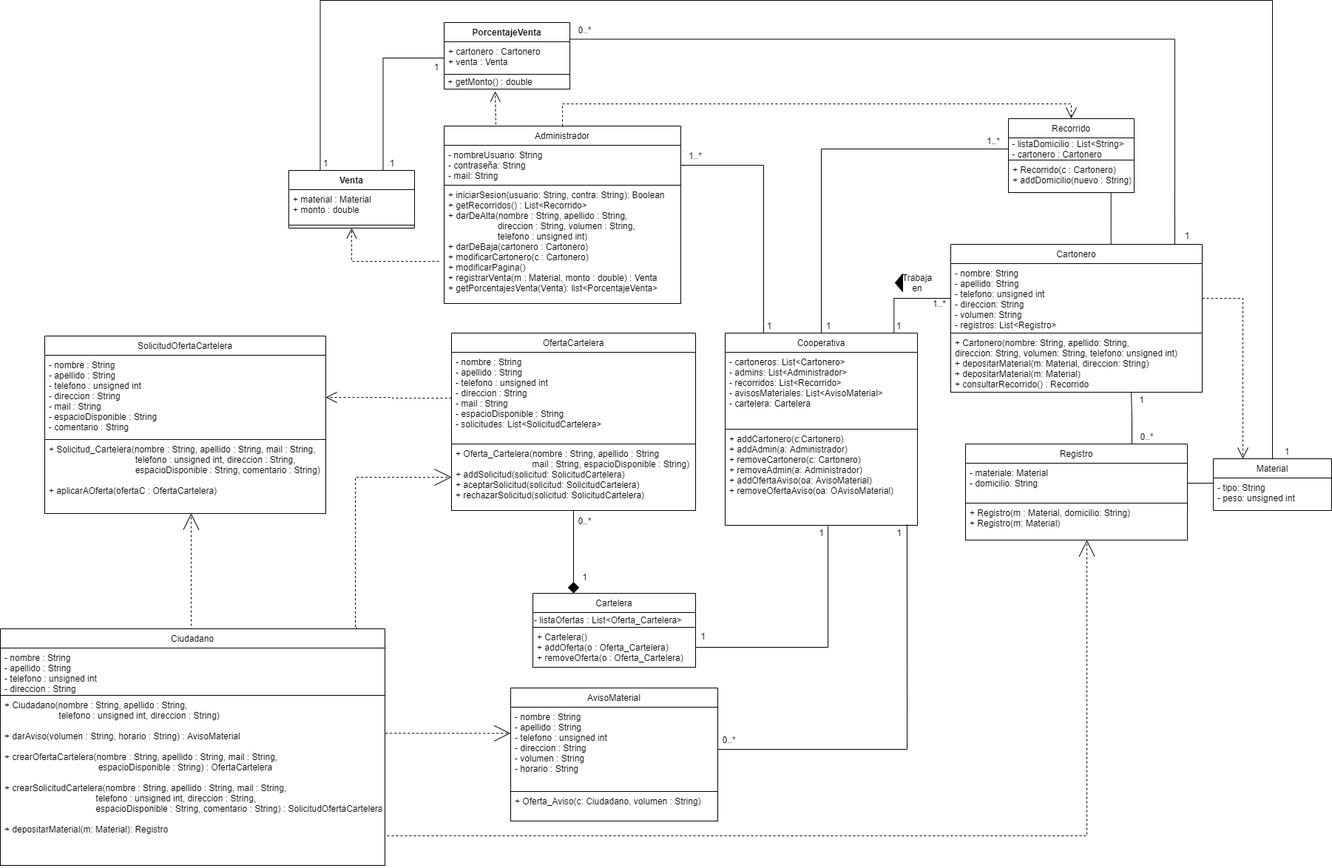
Before: Diagrama de Clases.png, a diagram exported from draw.io (mlogghe/tpe-metodologia-grupo11). Source tidied: cells renumbered, new cells last; positions are measured from the earlier drawing's top-left corner, leaving out a move shared by most shapes.
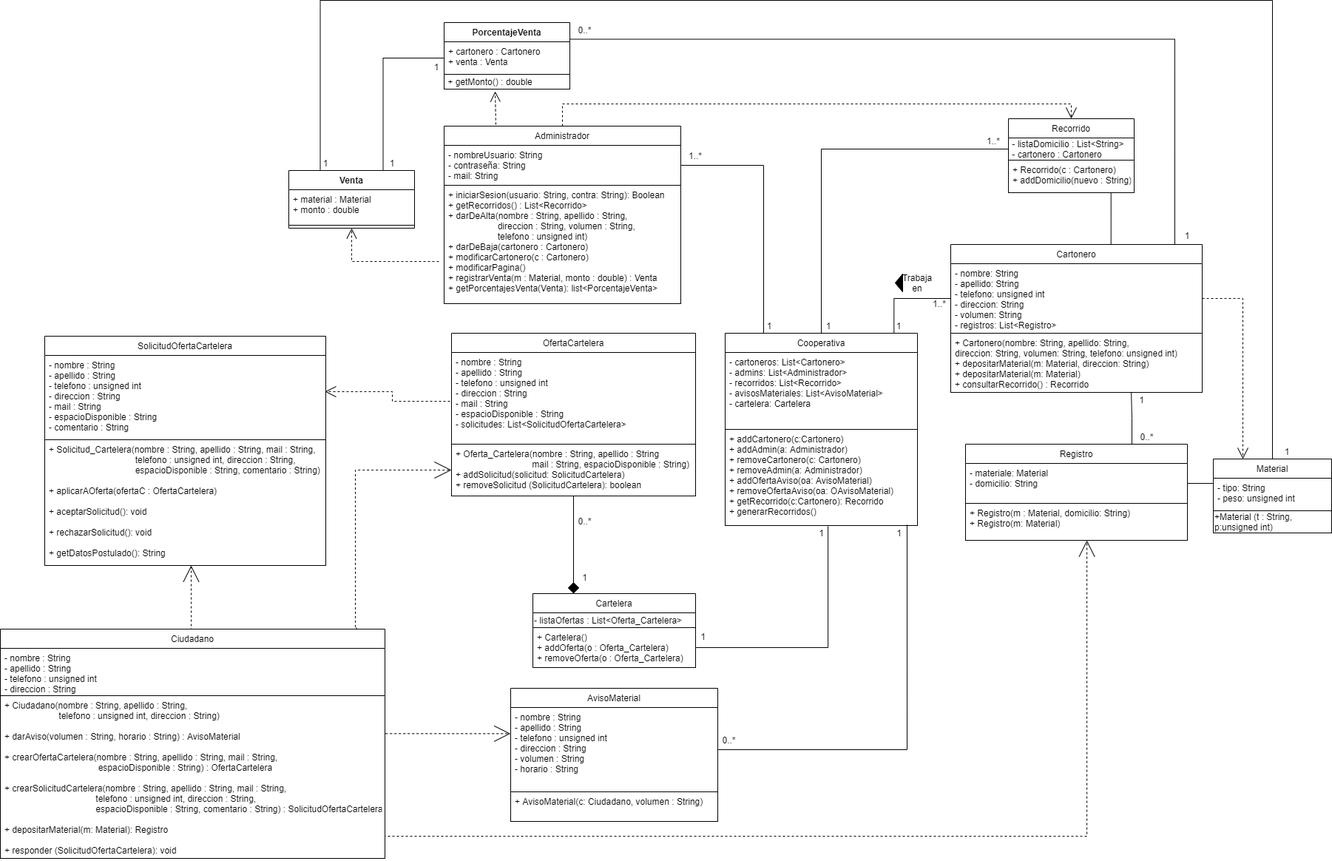
The same diagram one commit later.

Commit message:
Modificados metodos de solicitud, agregados otro metodos

The edit, as a diff of the source:
```diff
@@ -25,13 +25,13 @@
       </mxGeometry>
     </mxCell>
     <mxCell id="5" value="Ciudadano" style="swimlane;fontStyle=0;horizontal=1;startSize=26;fillColor=none;" parent="1" vertex="1">
-      <mxGeometry y="850" width="520" height="320" as="geometry" />
+      <mxGeometry y="850" width="520" height="310" as="geometry" />
     </mxCell>
     <mxCell id="6" value="- nombre : String&#10;- apellido : String&#10;- telefono : unsigned int&#10;- direccion : String" style="text;strokeColor=none;fillColor=none;align=left;verticalAlign=top;spacingLeft=4;spacingRight=4;overflow=hidden;points=[[0,0.5],[1,0.5]];portConstraint=eastwest;" parent="5" vertex="1">
       <mxGeometry y="26" width="520" height="64" as="geometry" />
     </mxCell>
-    <mxCell id="7" value="+ Ciudadano(nombre : String, apellido : String,&#10;                      telefono : unsigned int, direccion : String)&#10;&#10;+ darAviso(volumen : String, horario : String) : AvisoMaterial&#10;&#10;+ crearOfertaCartelera(nombre : String, apellido : String, mail : String,&#10;                                      espacioDisponible : String) : OfertaCartelera&#10;&#10;+ crearSolicitudCartelera(nombre : String, apellido : String, mail : String, &#10;                                     telefono : unsigned int, direccion : String,&#10;                                     espacioDisponible : String, comentario : String) : SolicitudOfertaCartelera&#10;&#10;+ depositarMaterial(m: Material): Registro" style="text;fillColor=none;align=left;verticalAlign=top;spacingLeft=4;spacingRight=4;overflow=hidden;points=[[0,0.5],[1,0.5]];portConstraint=eastwest;rounded=0;startSize=26;strokeColor=#000000;" parent="5" vertex="1">
-      <mxGeometry y="90" width="520" height="230" as="geometry" />
+    <mxCell id="7" value="+ Ciudadano(nombre : String, apellido : String,&#10;                      telefono : unsigned int, direccion : String)&#10;&#10;+ darAviso(volumen : String, horario : String) : AvisoMaterial&#10;&#10;+ crearOfertaCartelera(nombre : String, apellido : String, mail : String,&#10;                                      espacioDisponible : String) : OfertaCartelera&#10;&#10;+ crearSolicitudCartelera(nombre : String, apellido : String, mail : String, &#10;                                     telefono : unsigned int, direccion : String,&#10;                                     espacioDisponible : String, comentario : String) : SolicitudOfertaCartelera&#10;&#10;+ depositarMaterial(m: Material): Registro&#10;&#10;+ responder (SolicitudOfertaCartelera): void" style="text;fillColor=none;align=left;verticalAlign=top;spacingLeft=4;spacingRight=4;overflow=hidden;points=[[0,0.5],[1,0.5]];portConstraint=eastwest;rounded=0;startSize=26;strokeColor=#000000;" parent="5" vertex="1">
+      <mxGeometry y="90" width="520" height="220" as="geometry" />
     </mxCell>
     <mxCell id="8" style="edgeStyle=orthogonalEdgeStyle;rounded=0;jettySize=auto;html=1;exitX=0.75;exitY=0;exitDx=0;exitDy=0;entryX=0.816;entryY=1.003;entryDx=0;entryDy=0;entryPerimeter=0;startArrow=none;startFill=0;endArrow=none;endFill=0;startSize=20;endSize=20;" parent="1" edge="1" source="9" target="34">
       <mxGeometry relative="1" as="geometry">
@@ -75,17 +75,23 @@
     <mxCell id="18" value="- tipo: String&#10;- peso: unsigned int" style="text;strokeColor=none;fillColor=none;align=left;verticalAlign=top;spacingLeft=4;spacingRight=4;overflow=hidden;points=[[0,0.5],[1,0.5]];portConstraint=eastwest;" parent="17" vertex="1">
       <mxGeometry y="26" width="160" height="44" as="geometry" />
     </mxCell>
-    <mxCell id="19" style="edgeStyle=orthogonalEdgeStyle;rounded=0;jettySize=auto;html=1;exitX=0;exitY=0.5;exitDx=0;exitDy=0;entryX=1;entryY=0.5;entryDx=0;entryDy=0;dashed=1;startArrow=none;startFill=0;endArrow=open;endFill=0;startSize=11;endSize=13;" parent="1" edge="1" source="21" target="40">
-      <mxGeometry relative="1" as="geometry" />
+    <mxCell id="19" style="edgeStyle=orthogonalEdgeStyle;rounded=0;jettySize=auto;html=1;exitX=0;exitY=0.5;exitDx=0;exitDy=0;dashed=1;startArrow=none;startFill=0;endArrow=open;endFill=0;startSize=11;endSize=13;entryX=0.997;entryY=0.43;entryDx=0;entryDy=0;entryPerimeter=0;" parent="1" edge="1" source="21" target="40">
+      <mxGeometry relative="1" as="geometry">
+        <Array as="points">
+          <mxPoint x="610" y="542" />
+          <mxPoint x="530" y="542" />
+          <mxPoint x="530" y="529" />
+        </Array>
+      </mxGeometry>
     </mxCell>
     <mxCell id="20" value="OfertaCartelera" style="swimlane;fontStyle=0;horizontal=1;startSize=26;fillColor=none;" parent="1" vertex="1">
-      <mxGeometry x="610" y="450" width="330" height="240" as="geometry" />
+      <mxGeometry x="610" y="450" width="330" height="220" as="geometry" />
     </mxCell>
-    <mxCell id="21" value="- nombre : String&#10;- apellido : String&#10;- telefono : unsigned int&#10;- direccion : String&#10;- mail : String&#10;- espacioDisponible : String&#10;- solicitudes: List&lt;SolicitudCartelera&gt;" style="text;strokeColor=none;fillColor=none;align=left;verticalAlign=top;spacingLeft=4;spacingRight=4;overflow=hidden;points=[[0,0.5],[1,0.5]];portConstraint=eastwest;" parent="20" vertex="1">
+    <mxCell id="21" value="- nombre : String&#10;- apellido : String&#10;- telefono : unsigned int&#10;- direccion : String&#10;- mail : String&#10;- espacioDisponible : String&#10;- solicitudes: List&lt;SolicitudOfertaCartelera&gt;" style="text;strokeColor=none;fillColor=none;align=left;verticalAlign=top;spacingLeft=4;spacingRight=4;overflow=hidden;points=[[0,0.5],[1,0.5]];portConstraint=eastwest;" parent="20" vertex="1">
       <mxGeometry y="26" width="330" height="124" as="geometry" />
     </mxCell>
-    <mxCell id="22" value="+ Oferta_Cartelera(nombre : String, apellido : String&#10;                               mail : String, espacioDisponible : String)&#10;+ addSolicitud(solicitud: SolicitudCartelera)&#10;+ aceptarSolicitud(solicitud: SolicitudCartelera)&#10;+ rechazarSolicitud(solicitud: SolicitudCartelera)" style="text;fillColor=none;align=left;verticalAlign=top;spacingLeft=4;spacingRight=4;overflow=hidden;points=[[0,0.5],[1,0.5]];portConstraint=eastwest;strokeColor=#000000;" parent="20" vertex="1">
-      <mxGeometry y="150" width="330" height="90" as="geometry" />
+    <mxCell id="22" value="+ Oferta_Cartelera(nombre : String, apellido : String&#10;                               mail : String, espacioDisponible : String)&#10;+ addSolicitud(solicitud: SolicitudCartelera)&#10;+ removeSolicitud (SolicitudCartelera): boolean" style="text;fillColor=none;align=left;verticalAlign=top;spacingLeft=4;spacingRight=4;overflow=hidden;points=[[0,0.5],[1,0.5]];portConstraint=eastwest;strokeColor=#000000;" parent="20" vertex="1">
+      <mxGeometry y="150" width="330" height="70" as="geometry" />
     </mxCell>
     <mxCell id="23" style="edgeStyle=orthogonalEdgeStyle;rounded=0;jettySize=auto;html=1;exitX=1;exitY=0.5;exitDx=0;exitDy=0;entryX=0.535;entryY=1.008;entryDx=0;entryDy=0;entryPerimeter=0;endArrow=none;endFill=0;startSize=26;" parent="1" edge="1" source="26" target="45">
       <mxGeometry relative="1" as="geometry" />
@@ -136,17 +142,17 @@
     <mxCell id="37" value="- nombre : String&#10;- apellido : String&#10;- telefono : unsigned int&#10;- direccion : String&#10;- volumen : String&#10;- horario : String" style="text;strokeColor=none;fillColor=none;align=left;verticalAlign=top;spacingLeft=4;spacingRight=4;overflow=hidden;points=[[0,0.5],[1,0.5]];portConstraint=eastwest;" parent="36" vertex="1">
       <mxGeometry y="26" width="280" height="114" as="geometry" />
     </mxCell>
-    <mxCell id="38" value="+ Oferta_Aviso(c: Ciudadano, volumen : String)&#10;" style="text;fillColor=none;align=left;verticalAlign=top;spacingLeft=4;spacingRight=4;overflow=hidden;strokeColor=#000000;" parent="36" vertex="1">
+    <mxCell id="38" value="+ AvisoMaterial(c: Ciudadano, volumen : String)&#10;" style="text;fillColor=none;align=left;verticalAlign=top;spacingLeft=4;spacingRight=4;overflow=hidden;strokeColor=#000000;" parent="36" vertex="1">
       <mxGeometry y="140" width="280" height="40" as="geometry" />
     </mxCell>
     <mxCell id="39" value="SolicitudOfertaCartelera" style="swimlane;fontStyle=0;horizontal=1;startSize=26;fillColor=none;" parent="1" vertex="1">
-      <mxGeometry x="60" y="454" width="380" height="240" as="geometry" />
+      <mxGeometry x="60" y="454" width="380" height="310" as="geometry" />
     </mxCell>
     <mxCell id="40" value="- nombre : String&#10;- apellido : String&#10;- telefono : unsigned int&#10;- direccion : String&#10;- mail : String&#10;- espacioDisponible : String&#10;- comentario : String" style="text;strokeColor=none;fillColor=none;align=left;verticalAlign=top;spacingLeft=4;spacingRight=4;overflow=hidden;points=[[0,0.5],[1,0.5]];portConstraint=eastwest;" parent="39" vertex="1">
       <mxGeometry y="26" width="380" height="114" as="geometry" />
     </mxCell>
-    <mxCell id="41" value="+ Solicitud_Cartelera(nombre : String, apellido : String, mail : String,&#10;                                   telefono : unsigned int, direccion : String, &#10;                                   espacioDisponible : String, comentario : String)&#10;&#10;+ aplicarAOferta(ofertaC : OfertaCartelera)" style="text;fillColor=none;align=left;verticalAlign=top;spacingLeft=4;spacingRight=4;overflow=hidden;points=[[0,0.5],[1,0.5]];portConstraint=eastwest;strokeColor=#000000;" parent="39" vertex="1">
-      <mxGeometry y="140" width="380" height="100" as="geometry" />
+    <mxCell id="41" value="+ Solicitud_Cartelera(nombre : String, apellido : String, mail : String,&#10;                                   telefono : unsigned int, direccion : String, &#10;                                   espacioDisponible : String, comentario : String)&#10;&#10;+ aplicarAOferta(ofertaC : OfertaCartelera)&#10;&#10;+ aceptarSolicitud(): void&#10;&#10;+ rechazarSolicitud(): void&#10;&#10;+ getDatosPostulado(): String&#10;&#10;" style="text;fillColor=none;align=left;verticalAlign=top;spacingLeft=4;spacingRight=4;overflow=hidden;points=[[0,0.5],[1,0.5]];portConstraint=eastwest;strokeColor=#000000;" parent="39" vertex="1">
+      <mxGeometry y="140" width="380" height="170" as="geometry" />
     </mxCell>
     <mxCell id="42" style="edgeStyle=orthogonalEdgeStyle;rounded=0;jettySize=auto;html=1;endArrow=none;endFill=0;startSize=26;exitX=0.878;exitY=-0.001;exitDx=0;exitDy=0;exitPerimeter=0;entryX=0;entryY=0.5;entryDx=0;entryDy=0;" parent="1" edge="1" source="43" target="10">
       <mxGeometry relative="1" as="geometry" />
@@ -157,7 +163,7 @@
     <mxCell id="44" value="- cartoneros: List&lt;Cartonero&gt;&#10;- admins: List&lt;Administrador&gt;&#10;- recorridos: List&lt;Recorrido&gt;&#10;- avisosMateriales: List&lt;AvisoMaterial&gt;&#10;- cartelera: Cartelera" style="text;strokeColor=none;fillColor=none;align=left;verticalAlign=top;spacingLeft=4;spacingRight=4;overflow=hidden;" parent="43" vertex="1">
       <mxGeometry y="26" width="260" height="104" as="geometry" />
     </mxCell>
-    <mxCell id="45" value="+ addCartonero(c:Cartonero)&#10;+ addAdmin(a: Administrador)&#10;+ removeCartonero(c: Cartonero)&#10;+ removeAdmin(a: Administrador)&#10;+ addOfertaAviso(oa: AvisoMaterial)&#10;+ removeOfertaAviso(oa: OAvisoMaterial)" style="text;align=left;verticalAlign=top;spacingLeft=4;spacingRight=4;overflow=hidden;points=[[0,0.5],[1,0.5]];portConstraint=eastwest;rounded=0;strokeColor=#000000;" parent="43" vertex="1">
+    <mxCell id="45" value="+ addCartonero(c:Cartonero)&#10;+ addAdmin(a: Administrador)&#10;+ removeCartonero(c: Cartonero)&#10;+ removeAdmin(a: Administrador)&#10;+ addOfertaAviso(oa: AvisoMaterial)&#10;+ removeOfertaAviso(oa: OAvisoMaterial)&#10;+ getRecorrido(c:Cartonero): Recorrido&#10;+ generarRecorridos()" style="text;align=left;verticalAlign=top;spacingLeft=4;spacingRight=4;overflow=hidden;points=[[0,0.5],[1,0.5]];portConstraint=eastwest;rounded=0;strokeColor=#000000;" parent="43" vertex="1">
       <mxGeometry y="130" width="260" height="130" as="geometry" />
     </mxCell>
     <mxCell id="46" style="endArrow=diamond;html=1;entryX=0.25;entryY=0;entryDx=0;entryDy=0;endFill=1;startArrow=none;startFill=0;startSize=11;endSize=13;" parent="1" edge="1" source="22" target="24">
@@ -291,5 +297,8 @@
     <mxCell id="82" value="1..*" style="text;html=1;strokeColor=none;fillColor=none;align=center;verticalAlign=middle;whiteSpace=wrap;rounded=0;" parent="1" vertex="1">
       <mxGeometry x="1323" y="180" width="40" height="20" as="geometry" />
     </mxCell>
+    <mxCell id="83" value="+Material (t : String, p:unsigned int)&amp;nbsp;" style="rounded=0;whiteSpace=wrap;html=1;align=left;" parent="1" vertex="1">
+      <mxGeometry x="1640" y="690" width="160" height="30" as="geometry" />
+    </mxCell>
   </root>
 </mxGraphModel>
```
